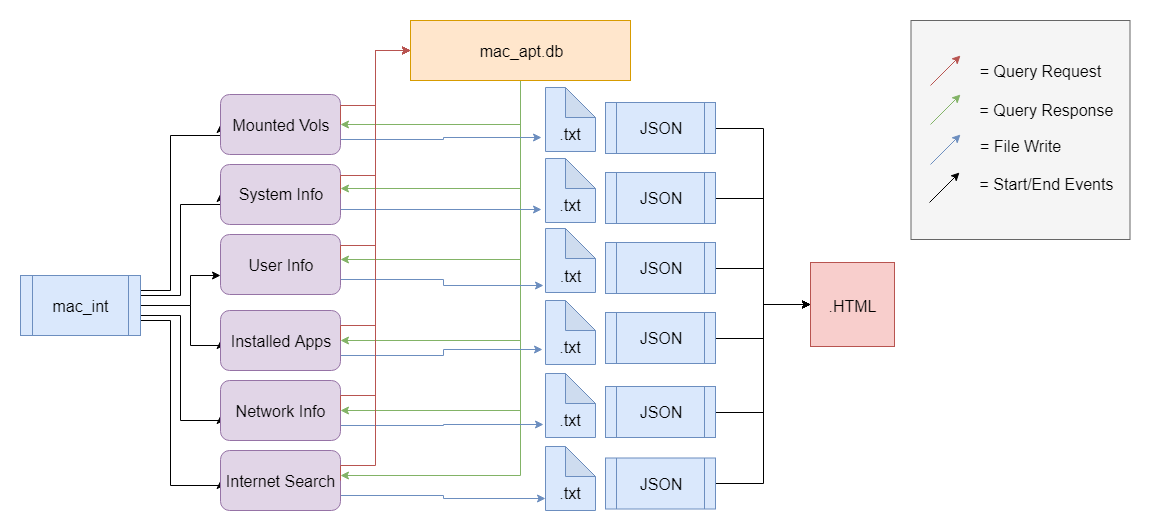
Above: images/mac_intCodeArchitecture.PNG in zmbf0r3ns1cs/mac_int (draw.io), before the change. Source tidied: cells renumbered, new cells last; positions are measured from the earlier drawing's top-left corner, leaving out a move shared by most shapes.
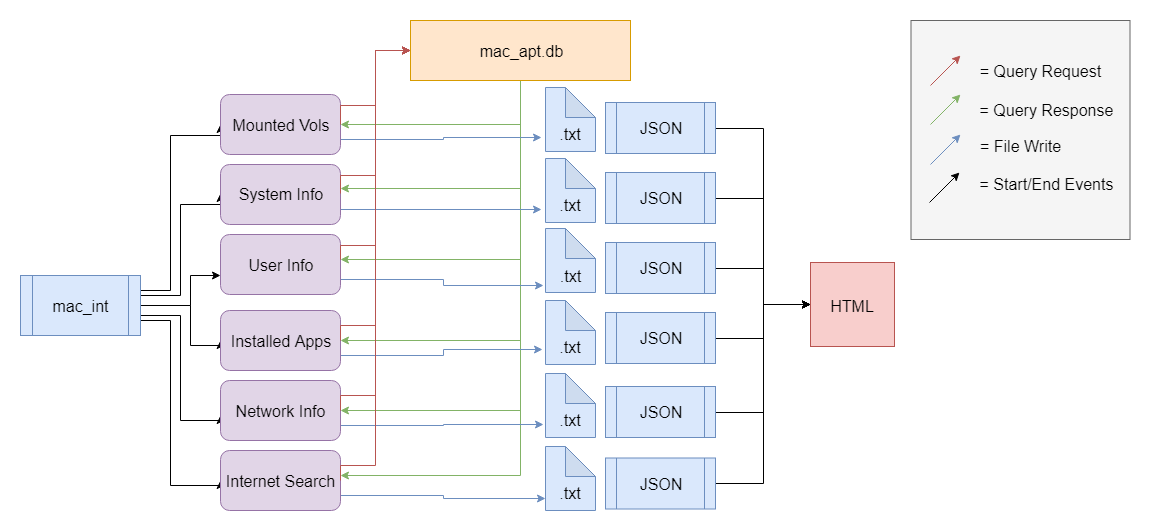
After the commit.

What changed in the source:
```diff
@@ -268,7 +268,7 @@
     <mxCell id="67" style="whiteSpace=wrap;html=1;fontSize=16;fillColor=#f8cecc;strokeColor=#b85450;" parent="1" vertex="1">
       <mxGeometry x="790" y="242" width="84" height="84" as="geometry" />
     </mxCell>
-    <mxCell id="68" value=".HTML" style="text;html=1;strokeColor=none;fillColor=none;align=center;verticalAlign=middle;whiteSpace=wrap;rounded=0;fontSize=16;direction=south;" parent="1" vertex="1">
+    <mxCell id="68" value="HTML" style="text;html=1;strokeColor=none;fillColor=none;align=center;verticalAlign=middle;whiteSpace=wrap;rounded=0;fontSize=16;direction=south;" parent="1" vertex="1">
       <mxGeometry x="822" y="265" width="20" height="40" as="geometry" />
     </mxCell>
     <mxCell id="69" style="endArrow=classic;html=1;fontSize=16;fillColor=#f8cecc;strokeColor=#b85450;" parent="1" edge="1">
```
